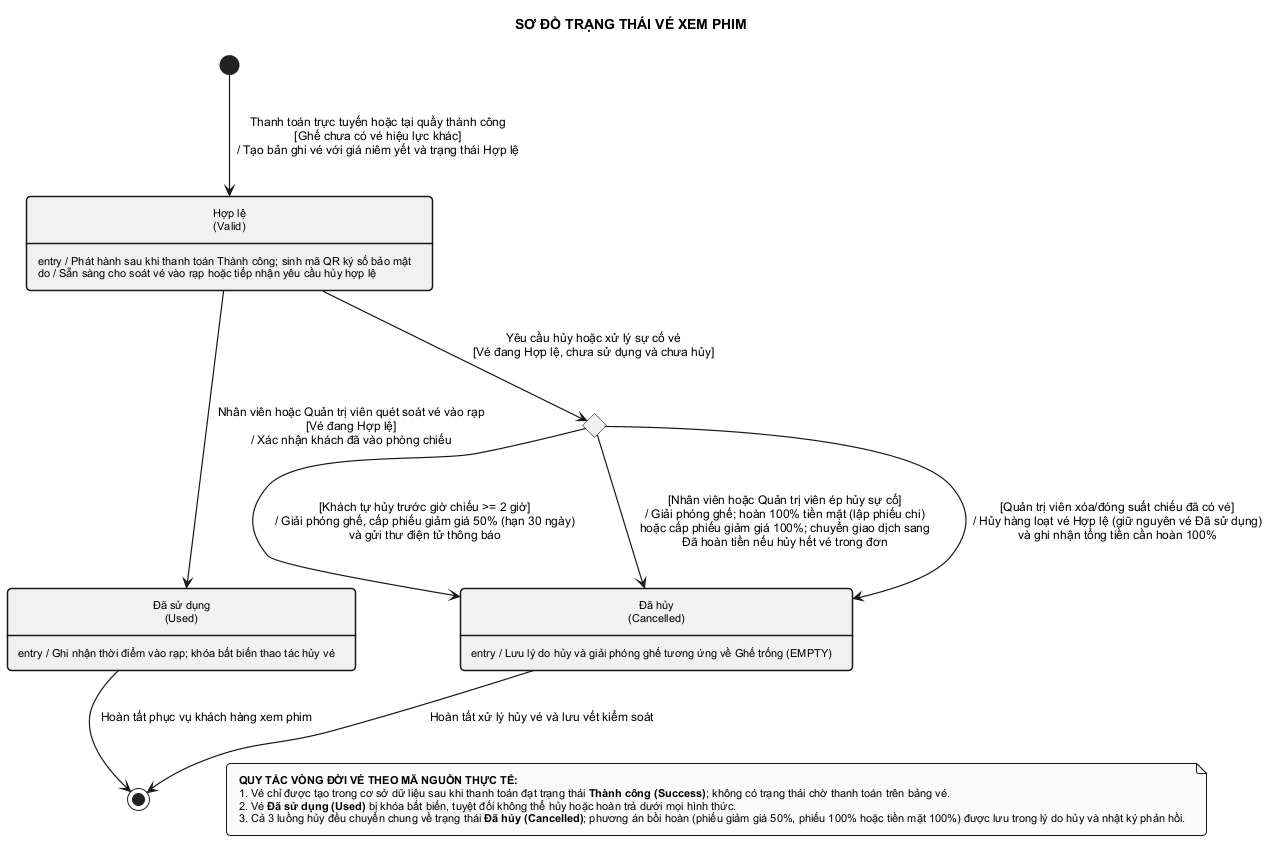
MaGiaVy/CinemaLUMI keeps this PlantUML diagram as cinema-app/PlantUML_State_Diagrams/state_ticket.png. Above is the earlier version.
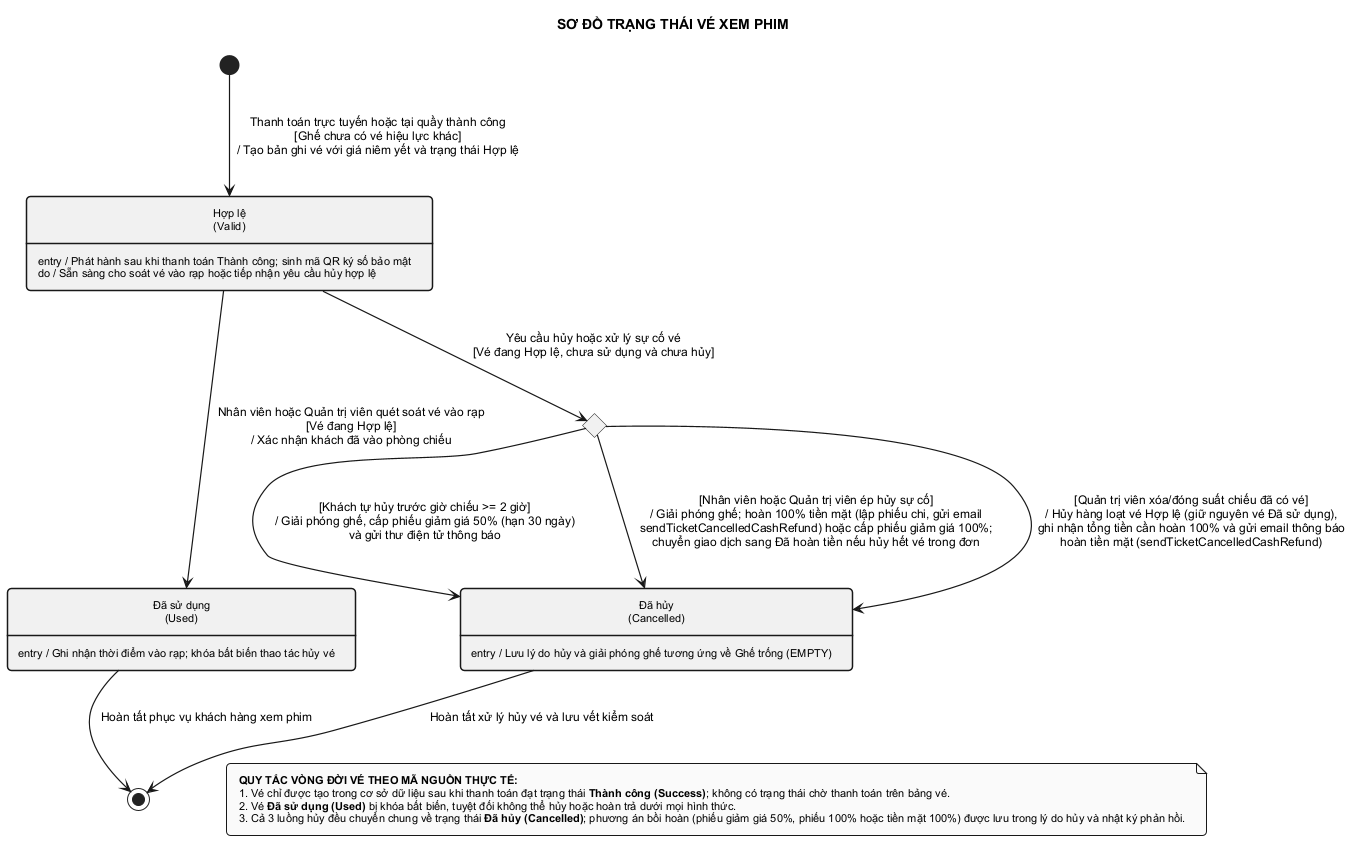
Later version of the same file.

What changed in the source:
```diff
@@ -44,9 +44,9 @@
 
 KiemTraHuy --> DA_HUY : [Khách tự hủy trước giờ chiếu >= 2 giờ]\n/ Giải phóng ghế, cấp phiếu giảm giá 50% (hạn 30 ngày)\nvà gửi thư điện tử thông báo
 
-KiemTraHuy --> DA_HUY : [Nhân viên hoặc Quản trị viên ép hủy sự cố]\n/ Giải phóng ghế; hoàn 100% tiền mặt (lập phiếu chi)\nhoặc cấp phiếu giảm giá 100%; chuyển giao dịch sang\nĐã hoàn tiền nếu hủy hết vé trong đơn
+KiemTraHuy --> DA_HUY : [Nhân viên hoặc Quản trị viên ép hủy sự cố]\n/ Giải phóng ghế; hoàn 100% tiền mặt (lập phiếu chi, gửi email\nsendTicketCancelledCashRefund) hoặc cấp phiếu giảm giá 100%;\nchuyển giao dịch sang Đã hoàn tiền nếu hủy hết vé trong đơn
 
-KiemTraHuy --> DA_HUY : [Quản trị viên xóa/đóng suất chiếu đã có vé]\n/ Hủy hàng loạt vé Hợp lệ (giữ nguyên vé Đã sử dụng)\nvà ghi nhận tổng tiền cần hoàn 100%
+KiemTraHuy --> DA_HUY : [Quản trị viên xóa/đóng suất chiếu đã có vé]\n/ Hủy hàng loạt vé Hợp lệ (giữ nguyên vé Đã sử dụng),\nghi nhận tổng tiền cần hoàn 100% và gửi email thông báo\nhoàn tiền mặt (sendTicketCancelledCashRefund)
 
 DA_SU_DUNG --> [*] : Hoàn tất phục vụ khách hàng xem phim
 DA_HUY --> [*] : Hoàn tất xử lý hủy vé và lưu vết kiểm soát
```
